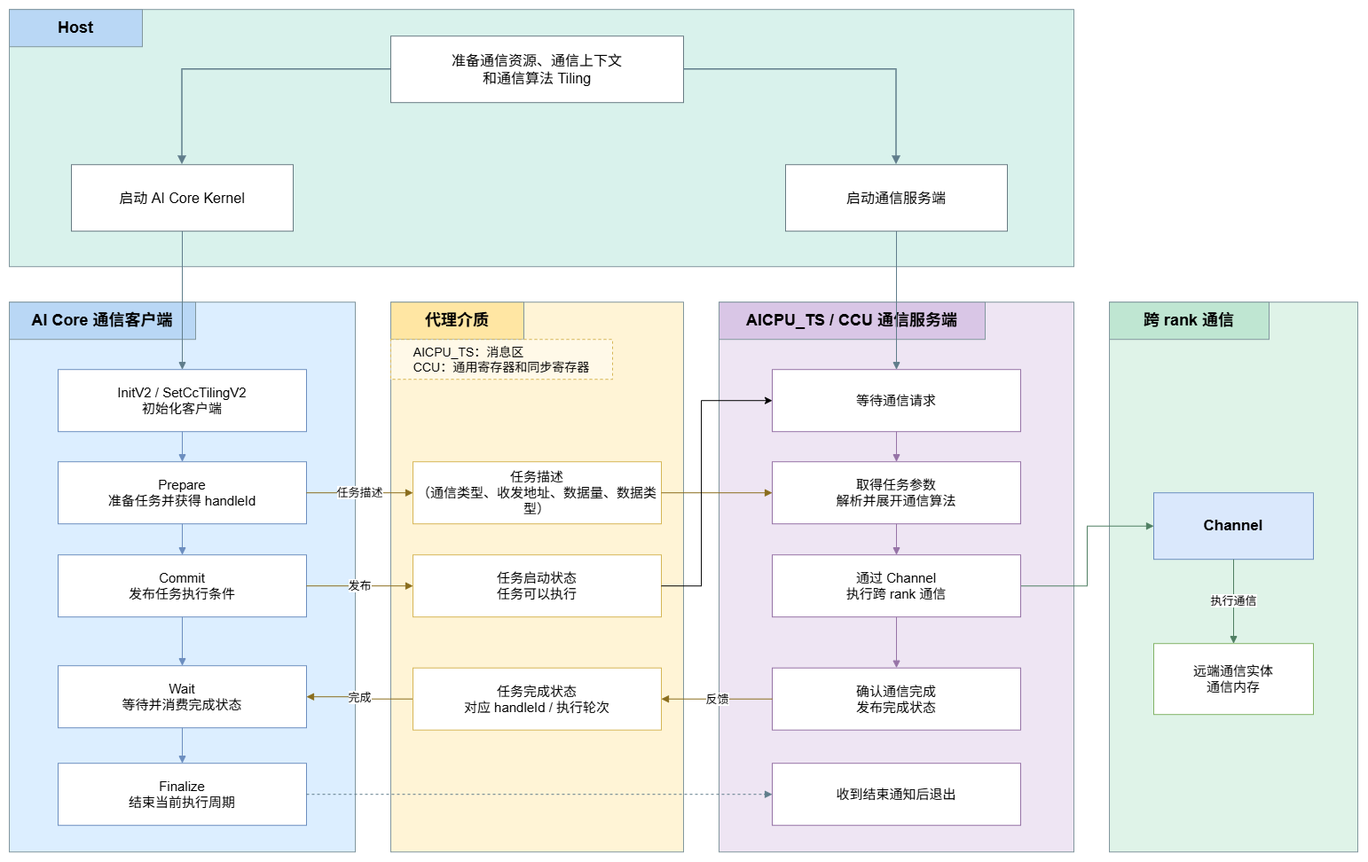
Before: docs/zh/Programming-Model/figures/proxy_execution_model.png, a diagram exported from draw.io (Atlas-Ascend-Fork/asc-comm). Source tidied: cells renumbered, new cells last; positions are measured from the earlier drawing's top-left corner, leaving out a move shared by most shapes.
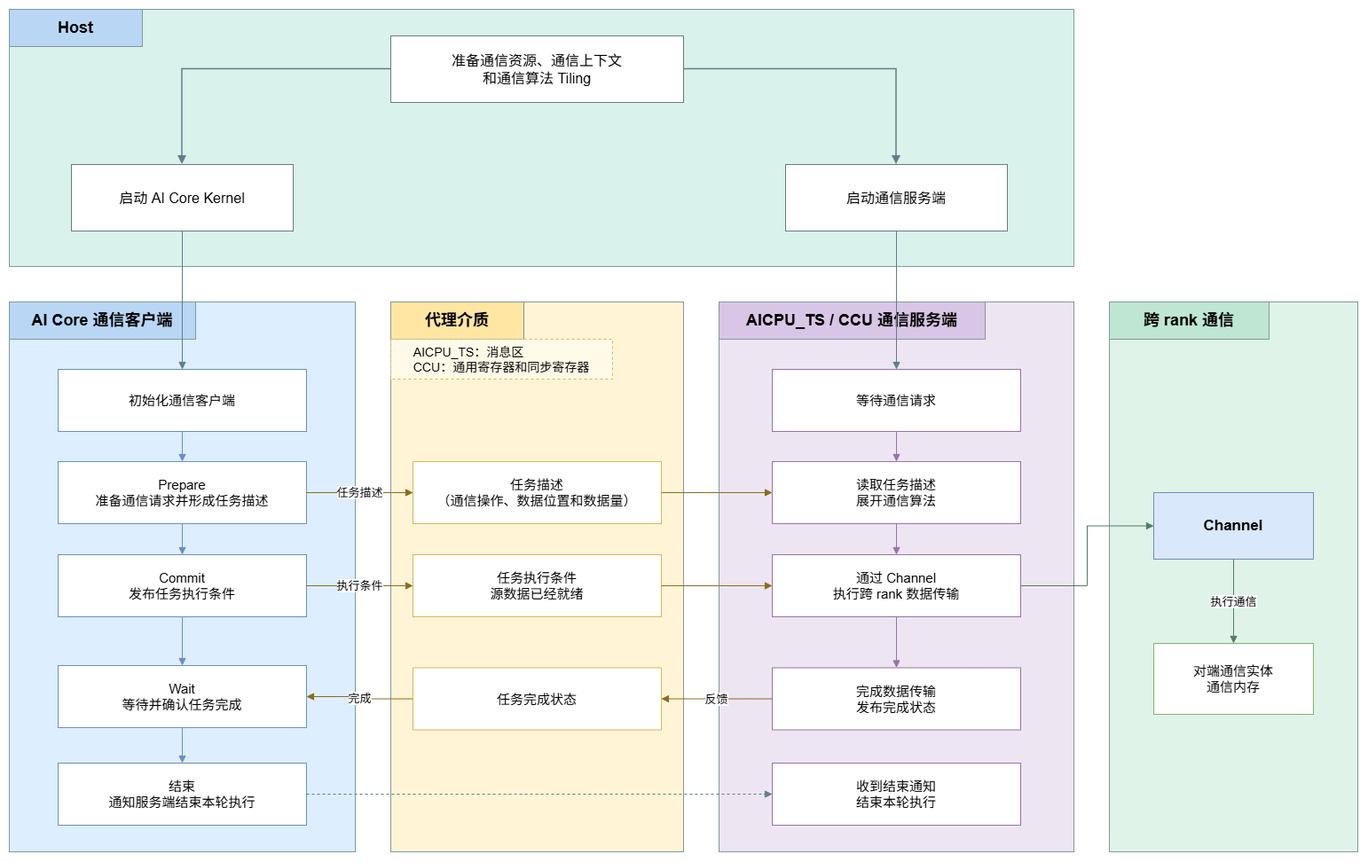
The same diagram one commit later.

Change to the diagram source:
```diff
@@ -26,19 +26,19 @@
     <mxCell id="9" value="AI Core 通信客户端" style="rounded=0;whiteSpace=wrap;html=1;fillColor=#B9D7F5;strokeColor=#82979E;fontStyle=1;fontSize=18;" parent="1" vertex="1">
       <mxGeometry y="330" width="210" height="42" as="geometry" />
     </mxCell>
-    <mxCell id="10" value="InitV2 / SetCcTilingV2&lt;br&gt;初始化客户端" style="rounded=0;whiteSpace=wrap;html=1;fillColor=#FFFFFF;strokeColor=#6C8EBF;fontSize=15;" parent="1" vertex="1">
+    <mxCell id="10" value="初始化通信客户端" style="rounded=0;whiteSpace=wrap;html=1;fillColor=#FFFFFF;strokeColor=#6C8EBF;fontSize=15;" parent="1" vertex="1">
       <mxGeometry x="55" y="406" width="280" height="70" as="geometry" />
     </mxCell>
-    <mxCell id="11" value="Prepare&lt;br&gt;准备任务并获得 handleId" style="rounded=0;whiteSpace=wrap;html=1;fillColor=#FFFFFF;strokeColor=#6C8EBF;fontSize=15;" parent="1" vertex="1">
+    <mxCell id="11" value="Prepare&lt;br&gt;准备通信请求并形成任务描述" style="rounded=0;whiteSpace=wrap;html=1;fillColor=#FFFFFF;strokeColor=#6C8EBF;fontSize=15;" parent="1" vertex="1">
       <mxGeometry x="55" y="510" width="280" height="70" as="geometry" />
     </mxCell>
     <mxCell id="12" value="Commit&lt;br&gt;发布任务执行条件" style="rounded=0;whiteSpace=wrap;html=1;fillColor=#FFFFFF;strokeColor=#6C8EBF;fontSize=15;" parent="1" vertex="1">
       <mxGeometry x="55" y="615" width="280" height="70" as="geometry" />
     </mxCell>
-    <mxCell id="13" value="Wait&lt;br&gt;等待并消费完成状态" style="rounded=0;whiteSpace=wrap;html=1;fillColor=#FFFFFF;strokeColor=#6C8EBF;fontSize=15;" parent="1" vertex="1">
+    <mxCell id="13" value="Wait&lt;br&gt;等待并确认任务完成" style="rounded=0;whiteSpace=wrap;html=1;fillColor=#FFFFFF;strokeColor=#6C8EBF;fontSize=15;" parent="1" vertex="1">
       <mxGeometry x="55" y="740" width="280" height="70" as="geometry" />
     </mxCell>
-    <mxCell id="14" value="Finalize&lt;br&gt;结束当前执行周期" style="rounded=0;whiteSpace=wrap;html=1;fillColor=#FFFFFF;strokeColor=#6C8EBF;fontSize=15;" parent="1" vertex="1">
+    <mxCell id="14" value="结束&lt;br&gt;通知服务端结束本轮执行" style="rounded=0;whiteSpace=wrap;html=1;fillColor=#FFFFFF;strokeColor=#6C8EBF;fontSize=15;" parent="1" vertex="1">
       <mxGeometry x="55" y="850" width="280" height="70" as="geometry" />
     </mxCell>
     <mxCell id="15" style="edgeStyle=orthogonalEdgeStyle;rounded=0;html=1;endArrow=block;endFill=1;strokeColor=#6C8EBF;" parent="1" edge="1" source="10" target="11">
@@ -59,10 +59,10 @@
     <mxCell id="20" value="代理介质" style="rounded=0;whiteSpace=wrap;html=1;fillColor=#FFE6A3;strokeColor=#82979E;fontStyle=1;fontSize=18;" parent="1" vertex="1">
       <mxGeometry x="430" y="330" width="150" height="42" as="geometry" />
     </mxCell>
-    <mxCell id="21" value="任务描述&lt;br&gt;（通信类型、收发地址、数据量、数据类型）" style="rounded=0;whiteSpace=wrap;html=1;fillColor=#FFFFFF;strokeColor=#D6B656;fontSize=15;" parent="1" vertex="1">
+    <mxCell id="21" value="任务描述&lt;br&gt;（通信操作、数据位置和数据量）" style="rounded=0;whiteSpace=wrap;html=1;fillColor=#FFFFFF;strokeColor=#D6B656;fontSize=15;" parent="1" vertex="1">
       <mxGeometry x="455" y="510" width="280" height="70" as="geometry" />
     </mxCell>
-    <mxCell id="22" value="任务启动状态&lt;br&gt;任务可以执行" style="rounded=0;whiteSpace=wrap;html=1;fillColor=#FFFFFF;strokeColor=#D6B656;fontSize=15;" parent="1" vertex="1">
+    <mxCell id="22" value="任务执行条件&lt;br&gt;源数据已经就绪" style="rounded=0;whiteSpace=wrap;html=1;fillColor=#FFFFFF;strokeColor=#D6B656;fontSize=15;" parent="1" vertex="1">
       <mxGeometry x="455" y="615" width="280" height="70" as="geometry" />
     </mxCell>
     <mxCell id="23" value="&lt;div style=&quot;text-align: left;&quot;&gt;&lt;span style=&quot;background-color: transparent; color: light-dark(rgb(0, 0, 0), rgb(255, 255, 255));&quot;&gt;AICPU_TS：消息区&lt;/span&gt;&lt;/div&gt;CCU：通用寄存器和同步寄存器" style="rounded=0;whiteSpace=wrap;html=1;fillColor=#FFF9E8;strokeColor=#D6B656;dashed=1;fontSize=14;" parent="1" vertex="1">
@@ -77,10 +77,10 @@
     <mxCell id="26" value="等待通信请求" style="rounded=0;whiteSpace=wrap;html=1;fillColor=#FFFFFF;strokeColor=#9673A6;fontSize=15;" parent="1" vertex="1">
       <mxGeometry x="860" y="406" width="280" height="70" as="geometry" />
     </mxCell>
-    <mxCell id="27" value="取得任务参数&lt;br&gt;解析并展开通信算法" style="rounded=0;whiteSpace=wrap;html=1;fillColor=#FFFFFF;strokeColor=#9673A6;fontSize=15;" parent="1" vertex="1">
+    <mxCell id="27" value="读取任务描述&lt;br&gt;展开通信算法" style="rounded=0;whiteSpace=wrap;html=1;fillColor=#FFFFFF;strokeColor=#9673A6;fontSize=15;" parent="1" vertex="1">
       <mxGeometry x="860" y="510" width="280" height="70" as="geometry" />
     </mxCell>
-    <mxCell id="28" value="确认通信完成&lt;br&gt;发布完成状态" style="rounded=0;whiteSpace=wrap;html=1;fillColor=#FFFFFF;strokeColor=#9673A6;fontSize=15;" parent="1" vertex="1">
+    <mxCell id="28" value="完成数据传输&lt;br&gt;发布完成状态" style="rounded=0;whiteSpace=wrap;html=1;fillColor=#FFFFFF;strokeColor=#9673A6;fontSize=15;" parent="1" vertex="1">
       <mxGeometry x="860" y="742.5" width="280" height="70" as="geometry" />
     </mxCell>
     <mxCell id="29" style="edgeStyle=orthogonalEdgeStyle;rounded=0;html=1;endArrow=block;endFill=1;strokeColor=#9673A6;" parent="1" edge="1" source="26" target="27">
@@ -101,7 +101,7 @@
     <mxCell id="34" value="Channel" style="rounded=0;whiteSpace=wrap;html=1;fillColor=#DAE8FC;strokeColor=#6C8EBF;fontStyle=1;fontSize=17;" parent="1" vertex="1">
       <mxGeometry x="1290" y="545" width="180" height="75" as="geometry" />
     </mxCell>
-    <mxCell id="35" value="远端通信实体&lt;br&gt;通信内存" style="rounded=0;whiteSpace=wrap;html=1;fillColor=#FFFFFF;strokeColor=#82B366;fontSize=15;" parent="1" vertex="1">
+    <mxCell id="35" value="对端通信实体&lt;br&gt;通信内存" style="rounded=0;whiteSpace=wrap;html=1;fillColor=#FFFFFF;strokeColor=#82B366;fontSize=15;" parent="1" vertex="1">
       <mxGeometry x="1290" y="715" width="180" height="80" as="geometry" />
     </mxCell>
     <mxCell id="36" value="执行通信" style="edgeStyle=orthogonalEdgeStyle;rounded=0;html=1;endArrow=block;endFill=1;strokeColor=#4F7F62;fontSize=13;" parent="1" edge="1" source="34" target="35">
@@ -116,7 +116,7 @@
     <mxCell id="39" value="任务描述" style="edgeStyle=orthogonalEdgeStyle;rounded=0;html=1;endArrow=block;endFill=1;strokeColor=#8A6D1D;fontSize=13;" parent="1" edge="1" source="11" target="21">
       <mxGeometry relative="1" as="geometry" />
     </mxCell>
-    <mxCell id="40" value="发布" style="edgeStyle=orthogonalEdgeStyle;rounded=0;html=1;endArrow=block;endFill=1;strokeColor=#8A6D1D;fontSize=13;" parent="1" edge="1" source="12" target="22">
+    <mxCell id="40" value="执行条件" style="edgeStyle=orthogonalEdgeStyle;rounded=0;html=1;endArrow=block;endFill=1;strokeColor=#8A6D1D;fontSize=13;" parent="1" edge="1" source="12" target="22">
       <mxGeometry relative="1" as="geometry" />
     </mxCell>
     <mxCell id="41" style="edgeStyle=orthogonalEdgeStyle;rounded=0;html=1;endArrow=block;endFill=1;strokeColor=#8A6D1D;" parent="1" edge="1" source="21" target="27">
@@ -134,7 +134,7 @@
     <mxCell id="45" style="edgeStyle=orthogonalEdgeStyle;rounded=0;jettySize=auto;html=1;endArrow=block;endFill=1;strokeColor=#607D8B;strokeWidth=1.5;exitX=1;exitY=0.5;exitDx=0;exitDy=0;entryX=0.5;entryY=0;entryDx=0;entryDy=0;" parent="1" edge="1" source="4" target="5">
       <mxGeometry relative="1" as="geometry" />
     </mxCell>
-    <mxCell id="46" value="任务完成状态&lt;br&gt;对应 handleId / 执行轮次" style="rounded=0;whiteSpace=wrap;html=1;fillColor=#FFFFFF;strokeColor=#D6B656;fontSize=15;" parent="1" vertex="1">
+    <mxCell id="46" value="任务完成状态" style="rounded=0;whiteSpace=wrap;html=1;fillColor=#FFFFFF;strokeColor=#D6B656;fontSize=15;" parent="1" vertex="1">
       <mxGeometry x="455" y="742.5" width="280" height="70" as="geometry" />
     </mxCell>
     <mxCell id="47" style="edgeStyle=orthogonalEdgeStyle;rounded=0;html=1;endArrow=block;endFill=1;strokeColor=#607D8B;dashed=1;fontSize=13;" parent="1" edge="1" target="48">
@@ -142,19 +142,14 @@
         <mxPoint x="335" y="885" as="sourcePoint" />
       </mxGeometry>
     </mxCell>
-    <mxCell id="48" value="收到结束通知后退出" style="rounded=0;whiteSpace=wrap;html=1;fillColor=#FFFFFF;strokeColor=#9673A6;fontSize=15;" parent="1" vertex="1">
+    <mxCell id="48" value="收到结束通知&lt;br&gt;结束本轮执行" style="rounded=0;whiteSpace=wrap;html=1;fillColor=#FFFFFF;strokeColor=#9673A6;fontSize=15;" parent="1" vertex="1">
       <mxGeometry x="860" y="850" width="280" height="70" as="geometry" />
     </mxCell>
-    <mxCell id="49" value="通过 Channel&lt;br&gt;执行跨 rank 通信" style="rounded=0;whiteSpace=wrap;html=1;fillColor=#FFFFFF;strokeColor=#9673A6;fontSize=15;" parent="1" vertex="1">
+    <mxCell id="49" value="通过 Channel&lt;br&gt;执行跨 rank 数据传输" style="rounded=0;whiteSpace=wrap;html=1;fillColor=#FFFFFF;strokeColor=#9673A6;fontSize=15;" parent="1" vertex="1">
       <mxGeometry x="860" y="615" width="280" height="70" as="geometry" />
     </mxCell>
-    <mxCell id="50" style="edgeStyle=orthogonalEdgeStyle;rounded=0;jettySize=auto;html=1;exitX=1;exitY=0.5;exitDx=0;exitDy=0;entryX=0;entryY=0.5;entryDx=0;entryDy=0;" parent="1" edge="1" source="22" target="26">
-      <mxGeometry relative="1" as="geometry">
-        <Array as="points">
-          <mxPoint x="780" y="650" />
-          <mxPoint x="780" y="441" />
-        </Array>
-      </mxGeometry>
+    <mxCell id="50" style="edgeStyle=orthogonalEdgeStyle;rounded=0;jettySize=auto;html=1;endArrow=block;endFill=1;strokeColor=#8A6D1D;exitX=1;exitY=0.5;exitDx=0;exitDy=0;entryX=0;entryY=0.5;entryDx=0;entryDy=0;" parent="1" edge="1" source="22" target="49">
+      <mxGeometry relative="1" as="geometry" />
     </mxCell>
   </root>
 </mxGraphModel>
```
